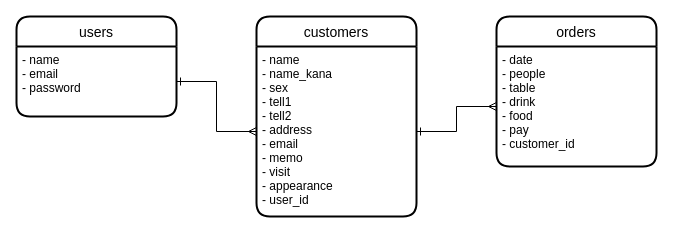
Earlier version of the draw.io diagram customer.dio (mamoru-ando/customer_info). Source tidied: cells renumbered, new cells numbered last; positions are measured from the earlier drawing's top-left corner, leaving out a move shared by most shapes. Both pictures are drawn from the tidied source at 100%, with x=0, y=0 at pixel (16, 16).
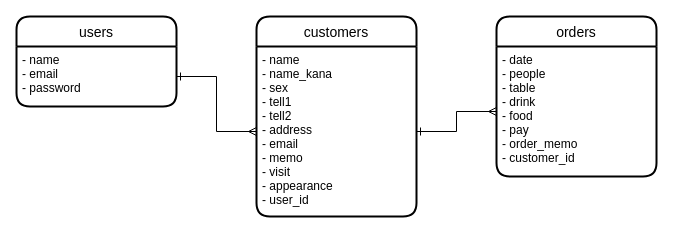
The same page after the edit.

Change to the diagram source:
```diff
@@
 <mxGraphModel>
   <root>
     <mxCell id="0" />
     <mxCell id="1" parent="0" />
     <mxCell id="2" value="users" style="swimlane;horizontal=1;startSize=30;rounded=1;fontSize=14;fontStyle=0;strokeWidth=2;shadow=0;dashed=0;align=center;" parent="1" vertex="1">
-      <mxGeometry width="160" height="100" as="geometry" />
+      <mxGeometry width="160" height="90" as="geometry" />
     </mxCell>
     <mxCell id="3" value="- name&#10;- email&#10;- password" style="align=left;strokeColor=none;fillColor=none;spacingLeft=4;fontSize=12;verticalAlign=top;" parent="2" vertex="1">
-      <mxGeometry y="30" width="160" height="70" as="geometry" />
+      <mxGeometry y="30" width="160" height="60" as="geometry" />
     </mxCell>
     <mxCell id="4" value="orders" style="swimlane;horizontal=1;startSize=30;rounded=1;fontSize=14;fontStyle=0;strokeWidth=2;shadow=0;dashed=0;align=center;" parent="1" vertex="1">
-      <mxGeometry x="480" width="160" height="150" as="geometry" />
+      <mxGeometry x="480" width="160" height="160" as="geometry" />
     </mxCell>
-    <mxCell id="5" value="- date&#10;- people&#10;- table&#10;- drink&#10;- food&#10;- pay&#10;- customer_id" style="align=left;strokeColor=none;fillColor=none;spacingLeft=4;fontSize=12;verticalAlign=top;" parent="4" vertex="1">
-      <mxGeometry y="30" width="160" height="120" as="geometry" />
+    <mxCell id="5" value="- date&#10;- people&#10;- table&#10;- drink&#10;- food&#10;- pay&#10;- order_memo&#10;- customer_id" style="align=left;strokeColor=none;fillColor=none;spacingLeft=4;fontSize=12;verticalAlign=top;" parent="4" vertex="1">
+      <mxGeometry y="30" width="160" height="130" as="geometry" />
     </mxCell>
     <mxCell id="6" value="customers" style="swimlane;horizontal=1;startSize=30;rounded=1;fontSize=14;fontStyle=0;strokeWidth=2;shadow=0;dashed=0;align=center;" parent="1" vertex="1">
       <mxGeometry x="240" width="160" height="200" as="geometry" />
     </mxCell>
     <mxCell id="7" value="- name&#10;- name_kana&#10;- sex&#10;- tell1&#10;- tell2&#10;- address&#10;- email&#10;- memo&#10;- visit&#10;- appearance&#10;- user_id" style="align=left;strokeColor=none;fillColor=none;spacingLeft=4;fontSize=12;verticalAlign=top;" parent="6" vertex="1">
       <mxGeometry y="30" width="160" height="170" as="geometry" />
     </mxCell>
     <mxCell id="8" style="edgeStyle=orthogonalEdgeStyle;rounded=0;jettySize=auto;html=1;exitX=1;exitY=0.5;exitDx=0;exitDy=0;entryX=0;entryY=0.5;entryDx=0;entryDy=0;startArrow=ERone;startFill=0;endArrow=ERmany;endFill=0;" parent="1" edge="1" source="3" target="7">
       <mxGeometry relative="1" as="geometry" />
     </mxCell>
     <mxCell id="9" style="edgeStyle=orthogonalEdgeStyle;rounded=0;jettySize=auto;html=1;exitX=1;exitY=0.5;exitDx=0;exitDy=0;entryX=0;entryY=0.5;entryDx=0;entryDy=0;startArrow=ERone;startFill=0;endArrow=ERmany;endFill=0;" parent="1" edge="1" source="7" target="5">
       <mxGeometry relative="1" as="geometry" />
     </mxCell>
   </root>
 </mxGraphModel>
```
